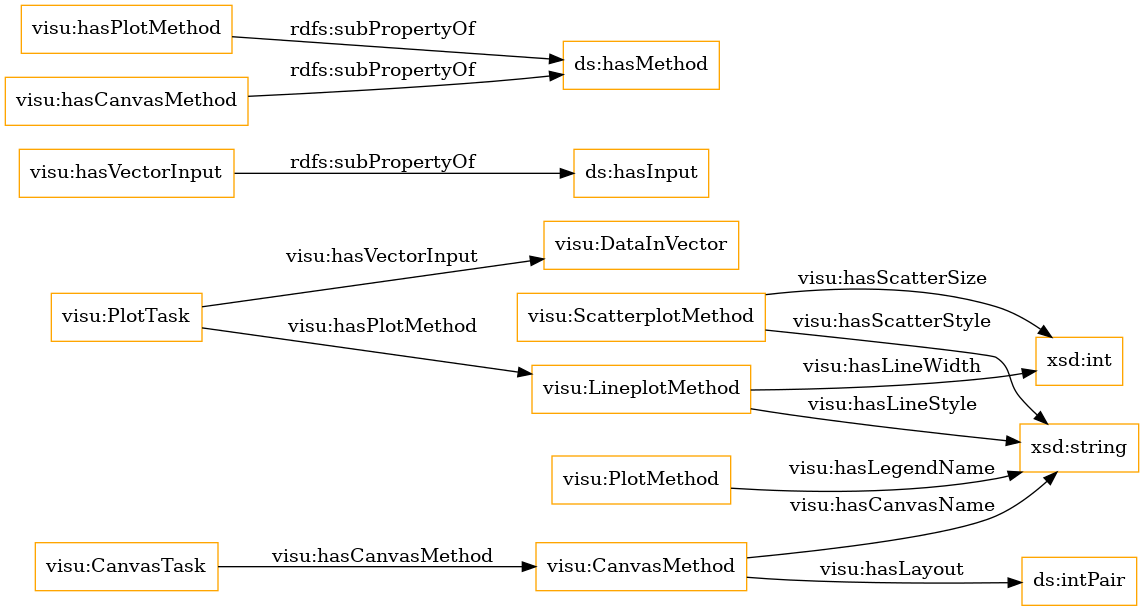
Above: OnToology/visu_exeKGOntology.ttl/diagrams/ar2dtool-class/visu_exeKGOntology.ttl.png in nsai-uio/ExeKGOntology (Graphviz), before the change. Its source is kept beside it as OnToology/visu_exeKGOntology.ttl/diagrams/ar2dtool-class/visu_exeKGOntology.ttl.png.dot.
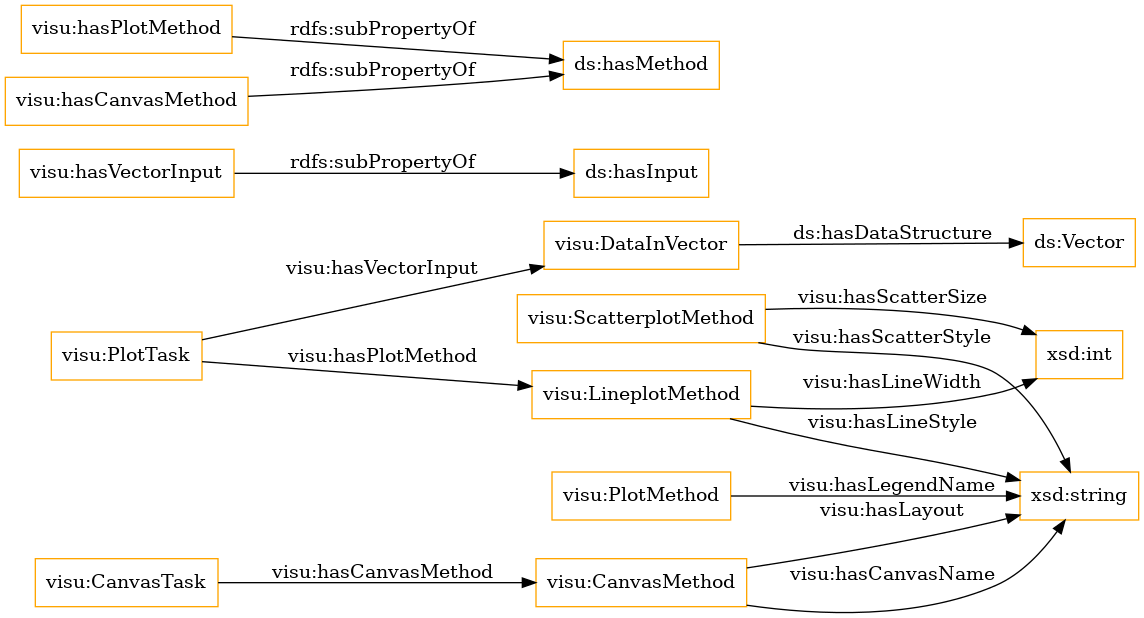
Later version of the same file.

Diff of the diagram source:
```diff
@@ -4,13 +4,14 @@
 node [shape = rectangle, color="orange"]; "visu:DataInVector" "visu:ScatterplotMethod" "visu:LineplotMethod" "visu:PlotTask" "visu:PlotMethod" "visu:CanvasTask" "visu:CanvasMethod" ; /*classes style*/
 	"visu:hasVectorInput" -> "ds:hasInput" [ label = "rdfs:subPropertyOf" ];
 	"visu:hasPlotMethod" -> "ds:hasMethod" [ label = "rdfs:subPropertyOf" ];
+	"visu:DataInVector" -> "ds:Vector" [ label = "ds:hasDataStructure" ];
 	"visu:hasCanvasMethod" -> "ds:hasMethod" [ label = "rdfs:subPropertyOf" ];
 	"visu:LineplotMethod" -> "xsd:string" [ label = "visu:hasLineStyle" ];
 	"visu:ScatterplotMethod" -> "xsd:string" [ label = "visu:hasScatterStyle" ];
 	"visu:PlotTask" -> "visu:DataInVector" [ label = "visu:hasVectorInput" ];
 	"visu:PlotTask" -> "visu:LineplotMethod" [ label = "visu:hasPlotMethod" ];
 	"visu:ScatterplotMethod" -> "xsd:int" [ label = "visu:hasScatterSize" ];
-	"visu:CanvasMethod" -> "ds:intPair" [ label = "visu:hasLayout" ];
+	"visu:CanvasMethod" -> "xsd:string" [ label = "visu:hasLayout" ];
 	"visu:CanvasTask" -> "visu:CanvasMethod" [ label = "visu:hasCanvasMethod" ];
 	"visu:CanvasMethod" -> "xsd:string" [ label = "visu:hasCanvasName" ];
 	"visu:LineplotMethod" -> "xsd:int" [ label = "visu:hasLineWidth" ];
```
